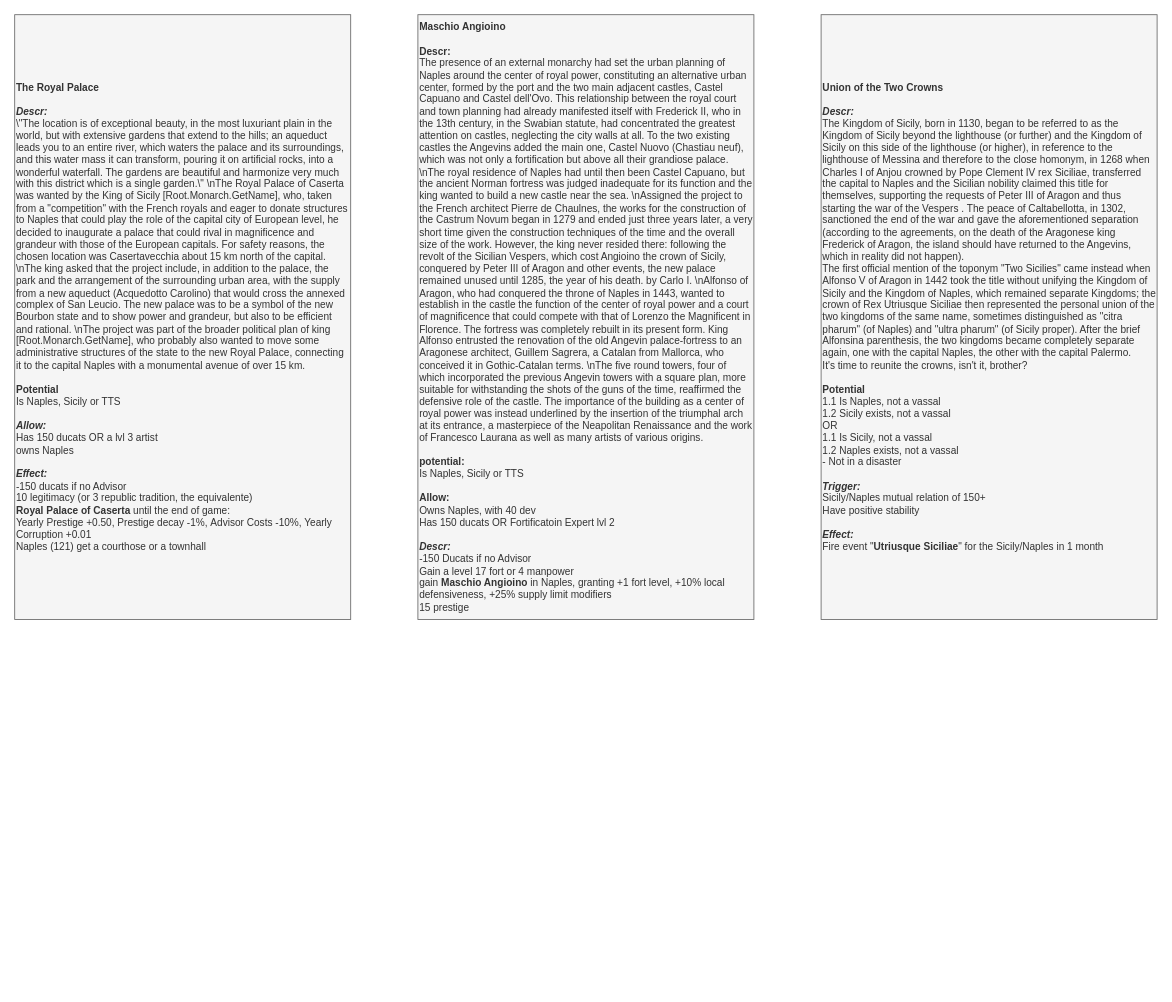
Before: page "Decision" (4 of 4) of It's Pizza and Cannoli Time/It's Pizza and Cannoli Time.drawio in Melvasul/Missions-Expanded, a draw.io diagram. Source tidied: cells renumbered, new cells numbered last; positions are measured from the earlier drawing's top-left corner, leaving out a move shared by most shapes. Both pictures are drawn from the tidied source at 84%, with x=0, y=0 at pixel (14, 14).
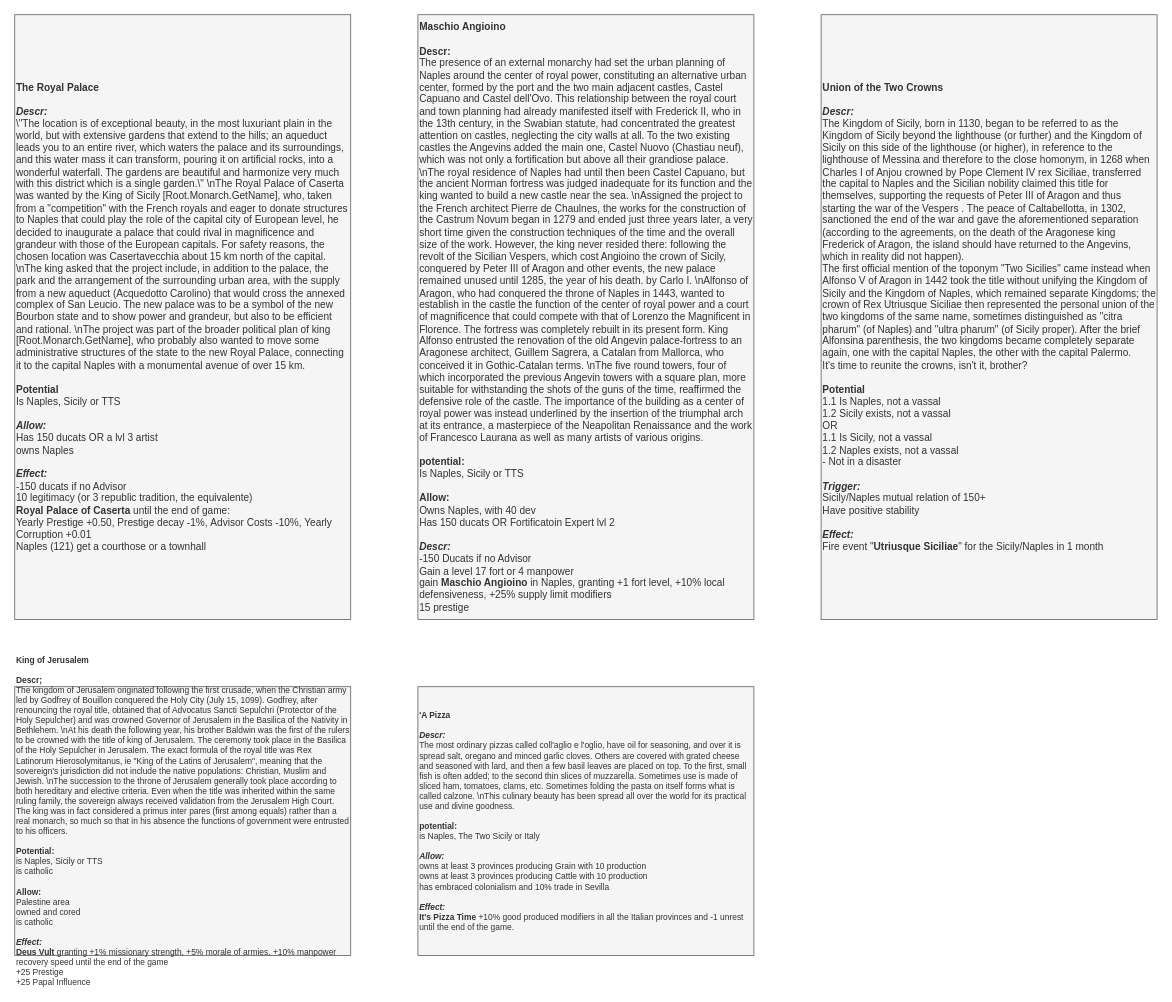
The same page after the edit.

What changed in the source:
```diff
@@
 <mxGraphModel>
   <root>
     <mxCell id="0" />
     <mxCell id="1" parent="0" />
     <mxCell id="2" value="&lt;div style=&quot;font-size: 12px&quot; align=&quot;left&quot;&gt;&lt;font style=&quot;font-size: 12px&quot;&gt;&lt;b style=&quot;font-size: 12px&quot;&gt;&lt;font style=&quot;font-size: 12px&quot;&gt;The Royal Palace&lt;/font&gt;&lt;/b&gt;&lt;/font&gt;&lt;/div&gt;&lt;div style=&quot;font-size: 12px&quot; align=&quot;left&quot;&gt;&lt;font style=&quot;font-size: 12px&quot;&gt;&lt;b style=&quot;font-size: 12px&quot;&gt;&lt;font style=&quot;font-size: 12px&quot;&gt;&lt;br style=&quot;font-size: 12px&quot;&gt;&lt;/font&gt;&lt;/b&gt;&lt;/font&gt;&lt;/div&gt;&lt;div style=&quot;font-size: 12px&quot; align=&quot;left&quot;&gt;&lt;font style=&quot;font-size: 12px&quot;&gt;&lt;span style=&quot;font-size: 12px&quot;&gt;&lt;font style=&quot;font-size: 12px&quot;&gt;&lt;i style=&quot;font-size: 12px&quot;&gt;&lt;b style=&quot;font-size: 12px&quot;&gt;Descr:&lt;/b&gt;&lt;/i&gt;&lt;/font&gt;&lt;/span&gt;&lt;/font&gt;&lt;/div&gt;&lt;div style=&quot;font-size: 12px&quot; align=&quot;left&quot;&gt;&lt;div align=&quot;left&quot; style=&quot;font-size: 12px&quot;&gt;&lt;span class=&quot;tlid-translation translation&quot; lang=&quot;en&quot;&gt;\&quot;The location is of exceptional beauty, in the most luxuriant plain in the world, but with extensive gardens that extend to the hills; an aqueduct leads you to an entire river, which waters the palace and its surroundings, and this water mass it can transform, pouring it on artificial rocks, into a wonderful waterfall. The gardens are beautiful and harmonize very much with this district which is a single garden.\&quot; \nThe Royal Palace of Caserta was wanted by the King of Sicily [Root.Monarch.GetName], who, taken from a &quot;competition&quot; with the French royals and eager to donate structures to Naples that could play the role of the capital city of European level, he decided to inaugurate a palace that could rival in magnificence and grandeur with those of the European capitals. For safety reasons, the chosen location was Casertavecchia about 15 km north of the capital. \n&lt;/span&gt;&lt;span title=&quot;&quot;&gt;The king asked that the project include, in addition to the palace, the park and the arrangement of the surrounding urban area, with the supply from a new aqueduct (Acquedotto Carolino) that would cross the annexed complex of San Leucio.&lt;/span&gt;&lt;span&gt; &lt;/span&gt;&lt;span title=&quot;&quot;&gt;The new palace was to be a symbol of the new Bourbon state and to show power and grandeur, but also to be efficient and rational. \n&lt;/span&gt;&lt;span&gt;The project was part of the broader political plan of king [Root.Monarch.GetName], who probably also wanted to move some administrative structures of the state to the new Royal Palace, connecting it to the capital Naples with a monumental avenue of over 15 km.&lt;/span&gt;&lt;/div&gt;&lt;div align=&quot;left&quot; style=&quot;font-size: 12px&quot;&gt;&lt;span class=&quot;tlid-translation translation&quot; lang=&quot;en&quot;&gt;&lt;br&gt;&lt;/span&gt;&lt;/div&gt;&lt;div align=&quot;left&quot; style=&quot;font-size: 12px&quot;&gt;&lt;b&gt;Potential&lt;/b&gt;&lt;/div&gt;&lt;div align=&quot;left&quot; style=&quot;font-size: 12px&quot;&gt;Is Naples, Sicily or TTS&lt;br&gt;&lt;/div&gt;&lt;div align=&quot;left&quot; style=&quot;font-size: 12px&quot;&gt;&lt;br&gt;&lt;/div&gt;&lt;/div&gt;&lt;div style=&quot;font-size: 12px&quot; align=&quot;left&quot;&gt;&lt;font style=&quot;font-size: 12px&quot;&gt;&lt;b style=&quot;font-size: 12px&quot;&gt;&lt;i style=&quot;font-size: 12px&quot;&gt;Allow:&lt;/i&gt;&lt;/b&gt;&lt;/font&gt;&lt;/div&gt;&lt;div style=&quot;font-size: 12px&quot; align=&quot;left&quot;&gt;Has 150 ducats OR a lvl 3 artist&lt;/div&gt;&lt;div style=&quot;font-size: 12px&quot; align=&quot;left&quot;&gt;owns Naples&lt;/div&gt;&lt;div style=&quot;font-size: 12px&quot; align=&quot;left&quot;&gt;&lt;br&gt;&lt;/div&gt;&lt;div style=&quot;font-size: 12px&quot; align=&quot;left&quot;&gt;&lt;font style=&quot;font-size: 12px&quot;&gt;&lt;font style=&quot;font-size: 12px&quot;&gt;&lt;b style=&quot;font-size: 12px&quot;&gt;&lt;i style=&quot;font-size: 12px&quot;&gt;Effect:&lt;/i&gt;&lt;/b&gt;&lt;/font&gt;&lt;/font&gt;&lt;/div&gt;&lt;div style=&quot;font-size: 12px&quot; align=&quot;left&quot;&gt;-150 ducats if no Advisor&lt;/div&gt;&lt;div style=&quot;font-size: 12px&quot; align=&quot;left&quot;&gt;10 legitimacy (or 3 republic tradition, the equivalente)&lt;/div&gt;&lt;div style=&quot;font-size: 12px&quot; align=&quot;left&quot;&gt;&lt;b&gt;Royal Palace of Caserta &lt;/b&gt;until the end of game:&lt;/div&gt;&lt;div style=&quot;font-size: 12px&quot; align=&quot;left&quot;&gt;&lt;div align=&quot;left&quot;&gt;Yearly Prestige +0.50,&amp;nbsp;&lt;span&gt;Prestige decay -1%,&lt;/span&gt;&lt;span&gt;&amp;nbsp;&lt;/span&gt;&lt;span&gt;Advisor Costs -10%, Yearly Corruption +0.01&lt;/span&gt;&lt;/div&gt;&lt;div align=&quot;left&quot;&gt;&lt;span&gt;Naples (121)&amp;nbsp;&lt;/span&gt;&lt;span&gt;get a courthose or a townhall&lt;/span&gt;&lt;br&gt;&lt;/div&gt;&lt;/div&gt;" style="rounded=0;whiteSpace=wrap;html=1;align=left;fontSize=12;fillColor=#f5f5f5;strokeColor=#666666;fontColor=#333333;" parent="1" vertex="1">
       <mxGeometry width="400" height="720" as="geometry" />
     </mxCell>
     <mxCell id="3" value="&lt;div style=&quot;font-size: 12px&quot; align=&quot;left&quot;&gt;&lt;font style=&quot;font-size: 12px&quot;&gt;&lt;b style=&quot;font-size: 12px&quot;&gt;&lt;font style=&quot;font-size: 12px&quot;&gt;Union of the Two Crowns&lt;/font&gt;&lt;/b&gt;&lt;/font&gt;&lt;/div&gt;&lt;div style=&quot;font-size: 12px&quot; align=&quot;left&quot;&gt;&lt;font style=&quot;font-size: 12px&quot;&gt;&lt;b style=&quot;font-size: 12px&quot;&gt;&lt;font style=&quot;font-size: 12px&quot;&gt;&lt;br style=&quot;font-size: 12px&quot;&gt;&lt;/font&gt;&lt;/b&gt;&lt;/font&gt;&lt;/div&gt;&lt;div style=&quot;font-size: 12px&quot; align=&quot;left&quot;&gt;&lt;font style=&quot;font-size: 12px&quot;&gt;&lt;span style=&quot;font-size: 12px&quot;&gt;&lt;font style=&quot;font-size: 12px&quot;&gt;&lt;i style=&quot;font-size: 12px&quot;&gt;&lt;b style=&quot;font-size: 12px&quot;&gt;Descr:&lt;/b&gt;&lt;/i&gt;&lt;/font&gt;&lt;/span&gt;&lt;/font&gt;&lt;/div&gt;&lt;div style=&quot;font-size: 12px&quot; align=&quot;left&quot;&gt;&lt;div align=&quot;left&quot; style=&quot;font-size: 12px&quot;&gt;&lt;div align=&quot;left&quot;&gt;The Kingdom of Sicily, born in 1130, began to be referred to as the Kingdom of Sicily beyond the lighthouse (or further) and the Kingdom of Sicily on this side of the lighthouse (or higher), in reference to the lighthouse of Messina and therefore to the close homonym, in 1268 when Charles I of Anjou crowned by Pope Clement IV rex Siciliae, transferred the capital to Naples and the Sicilian nobility claimed this title for themselves, supporting the requests of Peter III of Aragon and thus starting the war of the Vespers . The peace of Caltabellotta, in 1302, sanctioned the end of the war and gave the aforementioned separation (according to the agreements, on the death of the Aragonese king Frederick of Aragon, the island should have returned to the Angevins, which in reality did not happen).&lt;/div&gt;&lt;div align=&quot;left&quot;&gt;The first official mention of the toponym &quot;Two Sicilies&quot; came instead when Alfonso V of Aragon in 1442 took the title without unifying the Kingdom of Sicily and the Kingdom of Naples, which remained separate Kingdoms; the crown of Rex Utriusque Siciliae then represented the personal union of the two kingdoms of the same name, sometimes distinguished as &quot;citra pharum&quot; (of Naples) and &quot;ultra pharum&quot; (of Sicily proper). After the brief Alfonsina parenthesis, the two kingdoms became completely separate again, one with the capital Naples, the other with the capital Palermo.&lt;/div&gt;&lt;div align=&quot;left&quot;&gt;It's time to reunite the crowns, isn't it, brother?&lt;/div&gt;&lt;div align=&quot;left&quot;&gt;&lt;br&gt;&lt;/div&gt;&lt;/div&gt;&lt;div align=&quot;left&quot; style=&quot;font-size: 12px&quot;&gt;&lt;b&gt;Potential&lt;/b&gt;&lt;/div&gt;&lt;div align=&quot;left&quot; style=&quot;font-size: 12px&quot;&gt;1.1 Is Naples, not a vassal&lt;/div&gt;&lt;div align=&quot;left&quot; style=&quot;font-size: 12px&quot;&gt;1.2 Sicily exists, not a vassal&lt;/div&gt;&lt;div align=&quot;left&quot; style=&quot;font-size: 12px&quot;&gt;OR&lt;/div&gt;&lt;div align=&quot;left&quot; style=&quot;font-size: 12px&quot;&gt;1.1 Is Sicily, not a vassal&lt;/div&gt;&lt;div align=&quot;left&quot; style=&quot;font-size: 12px&quot;&gt;1.2 Naples exists, not a vassal&lt;/div&gt;&lt;div align=&quot;left&quot; style=&quot;font-size: 12px&quot;&gt;- Not in a disaster&lt;/div&gt;&lt;div align=&quot;left&quot; style=&quot;font-size: 12px&quot;&gt;&lt;br&gt;&lt;/div&gt;&lt;/div&gt;&lt;div style=&quot;font-size: 12px&quot; align=&quot;left&quot;&gt;&lt;font style=&quot;font-size: 12px&quot;&gt;&lt;b style=&quot;font-size: 12px&quot;&gt;&lt;i style=&quot;font-size: 12px&quot;&gt;Trigger:&lt;/i&gt;&lt;/b&gt;&lt;/font&gt;&lt;/div&gt;&lt;div style=&quot;font-size: 12px&quot; align=&quot;left&quot;&gt;Sicily/Naples mutual relation of 150+&lt;br&gt;&lt;/div&gt;&lt;div style=&quot;font-size: 12px&quot; align=&quot;left&quot;&gt;Have positive stability&lt;/div&gt;&lt;div style=&quot;font-size: 12px&quot; align=&quot;left&quot;&gt;&lt;br&gt;&lt;/div&gt;&lt;div style=&quot;font-size: 12px&quot; align=&quot;left&quot;&gt;&lt;font style=&quot;font-size: 12px&quot;&gt;&lt;font style=&quot;font-size: 12px&quot;&gt;&lt;b style=&quot;font-size: 12px&quot;&gt;&lt;i style=&quot;font-size: 12px&quot;&gt;Effect:&lt;/i&gt;&lt;/b&gt;&lt;/font&gt;&lt;/font&gt;&lt;/div&gt;&lt;div style=&quot;font-size: 12px&quot; align=&quot;left&quot;&gt;Fire event &quot;&lt;b&gt;Utriusque Siciliae&lt;/b&gt;&quot; for the Sicily/Naples in 1 month&lt;/div&gt;" style="rounded=0;whiteSpace=wrap;html=1;align=left;fontSize=12;fillColor=#f5f5f5;strokeColor=#666666;fontColor=#333333;" parent="1" vertex="1">
       <mxGeometry x="960" width="400" height="720" as="geometry" />
     </mxCell>
     <mxCell id="4" value="&lt;div style=&quot;font-size: 12px&quot;&gt;&lt;b&gt;Maschio Angioino&lt;/b&gt;&lt;/div&gt;&lt;div style=&quot;font-size: 12px&quot;&gt;&lt;b&gt;&lt;br&gt;&lt;/b&gt;&lt;/div&gt;&lt;div style=&quot;font-size: 12px&quot;&gt;&lt;b&gt;Descr:&lt;/b&gt;&lt;/div&gt;&lt;div style=&quot;font-size: 12px&quot;&gt;&lt;div class=&quot;text-wrap tlid-copy-target&quot;&gt;&lt;div class=&quot;result-shield-container tlid-copy-target&quot; tabindex=&quot;0&quot;&gt;&lt;span class=&quot;tlid-translation translation&quot; lang=&quot;en&quot;&gt;The presence of an external monarchy had set the urban planning of Naples around the center of royal power, constituting an alternative urban center, formed by the port and the two main adjacent castles, Castel Capuano and Castel dell'Ovo. This relationship between the royal court and town planning had already manifested itself with Frederick II, who in the 13th century, in the Swabian statute, had concentrated the greatest attention on castles, neglecting the city walls at all. To the two existing castles the Angevins added the main one, Castel Nuovo (Chastiau neuf), which was not only a fortification but above all their grandiose palace. \nThe royal residence of Naples had until then been Castel Capuano, but the ancient Norman fortress was judged inadequate for its function and the king wanted to build a new castle near the sea. \nAssigned the project to the French architect Pierre de Chaulnes, the works for the construction of the Castrum Novum began in 1279 and ended just three years later, a very short time given the construction techniques of the time and the overall size of the work. However, the king never resided there: following the revolt of the Sicilian Vespers, which cost Angioino the crown of Sicily, conquered by Peter III of Aragon and other events, the new palace remained unused until 1285, the year of his death. by Carlo I. \nAlfonso of Aragon, who had conquered the throne of Naples in 1443, wanted to establish in the castle the function of the center of royal power and a court of magnificence that could compete with that of Lorenzo the Magnificent in Florence. The fortress was completely rebuilt in its present form. King Alfonso entrusted the renovation of the old Angevin palace-fortress to an Aragonese architect, Guillem Sagrera, a Catalan from Mallorca, who conceived it in Gothic-Catalan terms. \nThe five round towers, four of which incorporated the previous Angevin towers with a square plan, more suitable for withstanding the shots of the guns of the time, reaffirmed the defensive role of the castle. The importance of the building as a center of royal power was instead underlined by the insertion of the triumphal arch at its entrance, a masterpiece of the Neapolitan Renaissance and the work of Francesco Laurana as well as many artists of various origins.&lt;/span&gt;&lt;span class=&quot;tlid-translation-gender-indicator translation-gender-indicator&quot;&gt;&lt;/span&gt;&lt;/div&gt;&lt;/div&gt;&lt;div class=&quot;tlid-result-transliteration-container result-transliteration-container transliteration-container&quot;&gt;&lt;div class=&quot;tlid-transliteration-content transliteration-content full&quot;&gt;&lt;/div&gt;&lt;/div&gt;&lt;div class=&quot;result-footer source-or-target-footer tlid-copy-target&quot;&gt;&lt;/div&gt;&lt;/div&gt;&lt;div style=&quot;font-size: 12px&quot;&gt;&lt;br&gt;&lt;/div&gt;&lt;div style=&quot;font-size: 12px&quot;&gt;&lt;b&gt;potential:&lt;/b&gt;&lt;/div&gt;&lt;div style=&quot;font-size: 12px&quot;&gt;Is Naples, Sicily or TTS&lt;/div&gt;&lt;div style=&quot;font-size: 12px&quot;&gt;&lt;b&gt;&lt;br&gt;&lt;/b&gt;&lt;/div&gt;&lt;div style=&quot;font-size: 12px&quot;&gt;&lt;b&gt;Allow:&lt;/b&gt;&lt;/div&gt;&lt;div style=&quot;font-size: 12px&quot;&gt;Owns Naples, with 40 dev&lt;/div&gt;&lt;div style=&quot;font-size: 12px&quot;&gt;Has 150 ducats OR Fortificatoin Expert lvl 2&lt;/div&gt;&lt;div style=&quot;font-size: 12px&quot;&gt;&lt;b&gt;&lt;br&gt;&lt;/b&gt;&lt;/div&gt;&lt;div&gt;&lt;font&gt;&lt;div style=&quot;font-size: 12px&quot;&gt;&lt;b style=&quot;font-size: 12px&quot;&gt;&lt;i style=&quot;font-size: 12px&quot;&gt;Descr:&amp;nbsp;&lt;/i&gt;&lt;/b&gt;&lt;/div&gt;&lt;/font&gt;&lt;/div&gt;&lt;div style=&quot;font-size: 12px&quot;&gt;&lt;/div&gt;&lt;font&gt;-150 Ducats if no Advisor&lt;br&gt;Gain a level 17 fort or 4 manpower&lt;br&gt;gain &lt;b&gt;Maschio Angioino&lt;/b&gt;&amp;nbsp;in Naples, granting +1 fort level, +10% local defensiveness, +25% supply limit modifiers&lt;br&gt;15 prestige&lt;br&gt;&lt;/font&gt;" style="rounded=0;whiteSpace=wrap;html=1;align=left;fontSize=12;fillColor=#f5f5f5;strokeColor=#666666;fontColor=#333333;fontFamily=Helvetica;" parent="1" vertex="1">
       <mxGeometry x="480" width="400" height="720" as="geometry" />
     </mxCell>
+    <mxCell id="5" value="&lt;div style=&quot;font-size: 10px&quot;&gt;&lt;b style=&quot;font-size: 10px&quot;&gt;King of Jerusalem&lt;/b&gt;&lt;/div&gt;&lt;div style=&quot;font-size: 10px&quot;&gt;&lt;b style=&quot;font-size: 10px&quot;&gt;&lt;br style=&quot;font-size: 10px&quot;&gt;&lt;/b&gt;&lt;/div&gt;&lt;div style=&quot;font-size: 10px&quot;&gt;&lt;b style=&quot;font-size: 10px&quot;&gt;Descr;&lt;/b&gt;&lt;/div&gt;&lt;div style=&quot;font-size: 10px&quot;&gt;&lt;span class=&quot;tlid-translation translation&quot; lang=&quot;en&quot; style=&quot;font-size: 10px&quot;&gt;The kingdom of Jerusalem originated following the first crusade, when the Christian army led by Godfrey of Bouillon conquered the Holy City (July 15, 1099). Godfrey, after renouncing the royal title, obtained that of Advocatus Sancti Sepulchri (Protector of the Holy Sepulcher) and was crowned Governor of Jerusalem in the Basilica of the Nativity in Bethlehem. \nAt his death the following year, his brother Baldwin was the first of the rulers to be crowned with the title of king of Jerusalem. The ceremony took place in the Basilica of the Holy Sepulcher in Jerusalem. The exact formula of the royal title was Rex Latinorum Hierosolymitanus, ie &quot;King of the Latins of Jerusalem&quot;, meaning that the sovereign's jurisdiction did not include the native populations: Christian, Muslim and Jewish. \nThe succession to the throne of Jerusalem generally took place according to both hereditary and elective criteria. Even when the title was inherited within the same ruling family, the sovereign always received validation from the Jerusalem High Court. The king was in fact considered a primus inter pares (first among equals) rather than a real monarch, so much so that in his absence the functions of government were entrusted to his officers.&lt;/span&gt;&lt;b style=&quot;font-size: 10px&quot;&gt;&lt;i style=&quot;font-size: 10px&quot;&gt;&lt;br style=&quot;font-size: 10px&quot;&gt;&lt;/i&gt;&lt;/b&gt;&lt;/div&gt;&lt;div style=&quot;font-size: 10px&quot;&gt;&lt;span class=&quot;tlid-translation translation&quot; lang=&quot;en&quot; style=&quot;font-size: 10px&quot;&gt;&lt;br style=&quot;font-size: 10px&quot;&gt;&lt;/span&gt;&lt;/div&gt;&lt;div style=&quot;font-size: 10px&quot;&gt;&lt;b style=&quot;font-size: 10px&quot;&gt;&lt;span style=&quot;font-size: 10px&quot;&gt;Potential:&lt;/span&gt;&lt;/b&gt;&lt;/div&gt;&lt;div style=&quot;font-size: 10px&quot;&gt;is Naples, Sicily or TTS&lt;/div&gt;&lt;div style=&quot;font-size: 10px&quot;&gt;is catholic&lt;/div&gt;&lt;div style=&quot;font-size: 10px&quot;&gt;&lt;br style=&quot;font-size: 10px&quot;&gt;&lt;/div&gt;&lt;div style=&quot;font-size: 10px&quot;&gt;&lt;b style=&quot;font-size: 10px&quot;&gt;&lt;span style=&quot;font-size: 10px&quot;&gt;&lt;span style=&quot;font-size: 10px&quot;&gt;Allow:&lt;/span&gt;&lt;br style=&quot;font-size: 10px&quot;&gt;&lt;/span&gt;&lt;/b&gt;&lt;/div&gt;&lt;div style=&quot;font-size: 10px&quot;&gt;&lt;span style=&quot;font-size: 10px&quot;&gt;Palestine area&lt;/span&gt;&lt;br style=&quot;font-size: 10px&quot;&gt;&lt;/div&gt;&lt;div style=&quot;font-size: 10px&quot;&gt;&lt;span style=&quot;font-size: 10px&quot;&gt;owned and cored&lt;/span&gt;&lt;/div&gt;&lt;div style=&quot;font-size: 10px&quot;&gt;&lt;span style=&quot;font-size: 10px&quot;&gt;is catholic&lt;/span&gt;&lt;/div&gt;&lt;div style=&quot;font-size: 10px&quot;&gt;&lt;font style=&quot;font-size: 10px&quot;&gt;&lt;i style=&quot;font-weight: 700 ; font-size: 10px&quot;&gt;&lt;br style=&quot;font-size: 10px&quot;&gt;&lt;/i&gt;&lt;/font&gt;&lt;/div&gt;&lt;div style=&quot;font-size: 10px&quot;&gt;&lt;font style=&quot;font-size: 10px&quot;&gt;&lt;b style=&quot;font-size: 10px&quot;&gt;&lt;i style=&quot;font-size: 10px&quot;&gt;Effect:&lt;/i&gt;&lt;/b&gt;&lt;/font&gt;&lt;/div&gt;&lt;div style=&quot;font-size: 10px&quot;&gt;&lt;b style=&quot;font-size: 10px&quot;&gt;Deus Vult&lt;/b&gt;&amp;nbsp;granting +1% missionary strength, +5% morale of armies, +10% manpower recovery speed until the end of the game&lt;/div&gt;&lt;div style=&quot;font-size: 10px&quot;&gt;+25 Prestige&lt;/div&gt;&lt;div style=&quot;font-size: 10px&quot;&gt;+25 Papal Influence&lt;/div&gt;" style="rounded=0;whiteSpace=wrap;html=1;align=left;fontSize=10;fillColor=#f5f5f5;strokeColor=#666666;fontColor=#333333;" parent="1" vertex="1">
+      <mxGeometry y="800" width="400" height="320" as="geometry" />
+    </mxCell>
+    <mxCell id="6" value="&lt;div align=&quot;left&quot; style=&quot;font-size: 10px;&quot;&gt;&lt;b style=&quot;font-size: 10px;&quot;&gt;'A Pizza&lt;/b&gt;&lt;br style=&quot;font-size: 10px;&quot;&gt;&lt;/div&gt;&lt;div style=&quot;font-size: 10px;&quot; align=&quot;left&quot;&gt;&lt;b style=&quot;font-size: 10px;&quot;&gt;&lt;br style=&quot;font-size: 10px;&quot;&gt;&lt;/b&gt;&lt;/div&gt;&lt;div style=&quot;font-size: 10px;&quot; align=&quot;left&quot;&gt;&lt;font style=&quot;font-size: 10px;&quot;&gt;&lt;span style=&quot;font-size: 10px;&quot;&gt;&lt;font style=&quot;font-size: 10px;&quot;&gt;&lt;i style=&quot;font-size: 10px;&quot;&gt;&lt;b style=&quot;font-size: 10px;&quot;&gt;Descr:&lt;/b&gt;&lt;/i&gt;&lt;/font&gt;&lt;/span&gt;&lt;/font&gt;&lt;/div&gt;&lt;div align=&quot;left&quot; style=&quot;font-size: 10px;&quot;&gt;&lt;div align=&quot;left&quot; style=&quot;font-size: 10px;&quot;&gt;The most ordinary pizzas called coll'aglio e l'oglio, have oil for seasoning, and over it is spread salt, oregano and minced garlic cloves. Others are covered with grated cheese and seasoned with lard, and then a few basil leaves are placed on top. To the first, small fish is often added; to the second thin slices of muzzarella. Sometimes use is made of sliced ham, tomatoes, clams, etc. Sometimes folding the pasta on itself forms what is called calzone. \nThis culinary beauty has been spread all over the world for its practical use and divine goodness.&lt;br style=&quot;font-size: 10px;&quot;&gt;&lt;/div&gt;&lt;div align=&quot;left&quot; style=&quot;font-size: 10px;&quot;&gt;&lt;br style=&quot;font-size: 10px;&quot;&gt;&lt;/div&gt;&lt;div align=&quot;left&quot; style=&quot;font-size: 10px;&quot;&gt;&lt;b style=&quot;font-size: 10px;&quot;&gt;potential:&lt;/b&gt;&lt;/div&gt;&lt;div align=&quot;left&quot; style=&quot;font-size: 10px;&quot;&gt;is Naples, The Two Sicily or Italy&lt;/div&gt;&lt;div align=&quot;left&quot; style=&quot;font-size: 10px;&quot;&gt;&lt;br style=&quot;font-size: 10px;&quot;&gt;&lt;/div&gt;&lt;/div&gt;&lt;div style=&quot;font-size: 10px;&quot; align=&quot;left&quot;&gt;&lt;font style=&quot;font-size: 10px;&quot;&gt;&lt;b style=&quot;font-size: 10px;&quot;&gt;&lt;i style=&quot;font-size: 10px;&quot;&gt;Allow:&lt;/i&gt;&lt;/b&gt;&lt;/font&gt;&lt;/div&gt;&lt;div style=&quot;font-size: 10px;&quot; align=&quot;left&quot;&gt;owns at least 3 provinces producing Grain with 10 production&lt;/div&gt;&lt;div style=&quot;font-size: 10px;&quot; align=&quot;left&quot;&gt;owns at least 3 provinces producing Cattle&amp;nbsp;with 10 production&lt;/div&gt;&lt;div align=&quot;left&quot; style=&quot;font-size: 10px;&quot;&gt;&lt;span style=&quot;font-size: 10px;&quot;&gt;has embraced colonialism&lt;/span&gt;&lt;span style=&quot;font-size: 10px;&quot;&gt;&amp;nbsp;and&amp;nbsp;&lt;/span&gt;&lt;span style=&quot;font-size: 10px;&quot;&gt;10% trade in Sevilla&lt;/span&gt;&lt;/div&gt;&lt;div style=&quot;font-size: 10px;&quot; align=&quot;left&quot;&gt;&lt;br style=&quot;font-size: 10px;&quot;&gt;&lt;/div&gt;&lt;div style=&quot;font-size: 10px;&quot; align=&quot;left&quot;&gt;&lt;font style=&quot;font-size: 10px;&quot;&gt;&lt;font style=&quot;font-size: 10px;&quot;&gt;&lt;b style=&quot;font-size: 10px;&quot;&gt;&lt;i style=&quot;font-size: 10px;&quot;&gt;Effect:&lt;/i&gt;&lt;/b&gt;&lt;/font&gt;&lt;/font&gt;&lt;/div&gt;&lt;div style=&quot;font-size: 10px;&quot; align=&quot;left&quot;&gt;&lt;b style=&quot;font-size: 10px;&quot;&gt;It's Pizza Time&amp;nbsp;&lt;/b&gt;+&lt;span style=&quot;font-size: 10px;&quot;&gt;10% good produced modifiers in all the Italian provinces and -1 unrest until the end of the game.&lt;/span&gt;&lt;/div&gt;" style="rounded=0;whiteSpace=wrap;html=1;align=left;fontSize=10;fillColor=#f5f5f5;strokeColor=#666666;fontColor=#333333;" parent="1" vertex="1">
+      <mxGeometry x="480" y="800" width="400" height="320" as="geometry" />
+    </mxCell>
   </root>
 </mxGraphModel>
```
